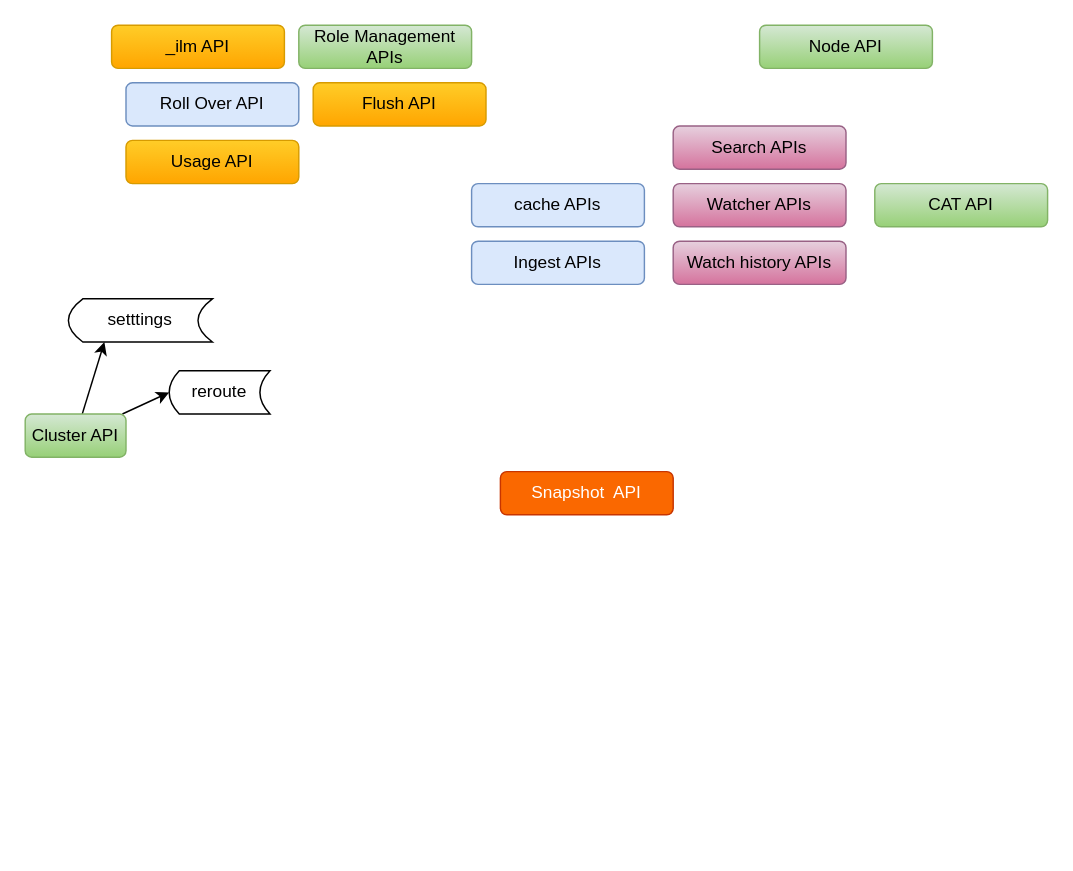
The draw.io diagram page "Administration APIs" (2 of 4) of My Articles/elastic stack/ES REST APIs.drawio in paramothers/books, before the edit. Source tidied: cells renumbered, new cells numbered last; positions are measured from the earlier drawing's top-left corner, leaving out a move shared by most shapes. Both pictures are drawn from the tidied source at 144%, with x=0, y=0 at pixel (24, 24).
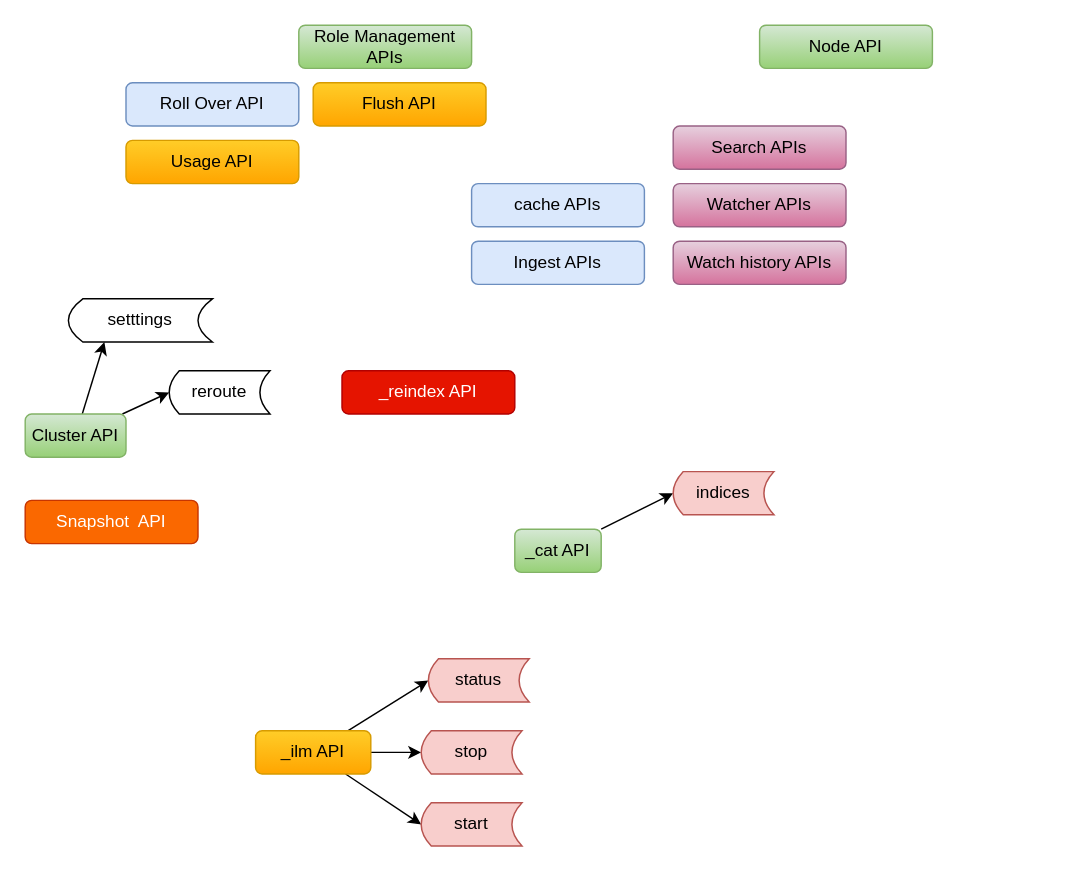
The same diagram, later.

Diff of the diagram source:
```diff
@@
     <mxCell id="3" value="Snapshot&amp;nbsp; API" style="rounded=1;whiteSpace=wrap;html=1;fillColor=#fa6800;strokeColor=#C73500;fontColor=#ffffff;" parent="1" vertex="1">
-      <mxGeometry x="330" y="310" width="120" height="30" as="geometry" />
+      <mxGeometry y="330" width="120" height="30" as="geometry" />
     </mxCell>
@@
+    <mxCell id="20" style="edgeStyle=none;rounded=0;jettySize=auto;html=1;entryX=0;entryY=0.5;entryDx=0;entryDy=0;" parent="1" edge="1" source="12" target="24">
+      <mxGeometry relative="1" as="geometry" />
+    </mxCell>
-    <mxCell id="12" value="CAT API" style="rounded=1;whiteSpace=wrap;html=1;gradientColor=#97d077;fillColor=#d5e8d4;strokeColor=#82b366;" parent="1" vertex="1">
-      <mxGeometry x="590" y="110" width="120" height="30" as="geometry" />
+    <mxCell id="12" value="_cat API" style="rounded=1;whiteSpace=wrap;html=1;gradientColor=#97d077;fillColor=#d5e8d4;strokeColor=#82b366;" parent="1" vertex="1">
+      <mxGeometry x="340" y="350" width="60" height="30" as="geometry" />
     </mxCell>
@@
+    <mxCell id="21" style="edgeStyle=none;rounded=0;jettySize=auto;html=1;entryX=0;entryY=0.5;entryDx=0;entryDy=0;" parent="1" edge="1" source="19" target="25">
+      <mxGeometry relative="1" as="geometry" />
+    </mxCell>
+    <mxCell id="22" style="edgeStyle=none;rounded=0;jettySize=auto;html=1;entryX=0;entryY=0.5;entryDx=0;entryDy=0;" parent="1" edge="1" source="19" target="26">
+      <mxGeometry relative="1" as="geometry" />
+    </mxCell>
+    <mxCell id="23" style="edgeStyle=none;rounded=0;jettySize=auto;html=1;entryX=0;entryY=0.5;entryDx=0;entryDy=0;" parent="1" edge="1" source="19" target="27">
+      <mxGeometry relative="1" as="geometry" />
+    </mxCell>
     <mxCell id="19" value="_ilm API" style="rounded=1;whiteSpace=wrap;html=1;gradientColor=#ffa500;fillColor=#ffcd28;strokeColor=#d79b00;" parent="1" vertex="1">
-      <mxGeometry x="60" width="120" height="30" as="geometry" />
+      <mxGeometry x="160" y="490" width="80" height="30" as="geometry" />
     </mxCell>
+    <mxCell id="24" value="indices" style="shape=dataStorage;whiteSpace=wrap;html=1;fillColor=#f8cecc;strokeColor=#b85450;" parent="1" vertex="1">
+      <mxGeometry x="450" y="310" width="70" height="30" as="geometry" />
+    </mxCell>
+    <mxCell id="25" value="status" style="shape=dataStorage;whiteSpace=wrap;html=1;fillColor=#f8cecc;strokeColor=#b85450;" parent="1" vertex="1">
+      <mxGeometry x="280" y="440" width="70" height="30" as="geometry" />
+    </mxCell>
+    <mxCell id="26" value="stop" style="shape=dataStorage;whiteSpace=wrap;html=1;fillColor=#f8cecc;strokeColor=#b85450;" parent="1" vertex="1">
+      <mxGeometry x="275" y="490" width="70" height="30" as="geometry" />
+    </mxCell>
+    <mxCell id="27" value="start" style="shape=dataStorage;whiteSpace=wrap;html=1;fillColor=#f8cecc;strokeColor=#b85450;" parent="1" vertex="1">
+      <mxGeometry x="275" y="540" width="70" height="30" as="geometry" />
+    </mxCell>
+    <mxCell id="28" value="_reindex API" style="rounded=1;whiteSpace=wrap;html=1;fillColor=#e51400;strokeColor=#B20000;fontColor=#ffffff;" parent="1" vertex="1">
+      <mxGeometry x="220" y="240" width="120" height="30" as="geometry" />
+    </mxCell>
```
